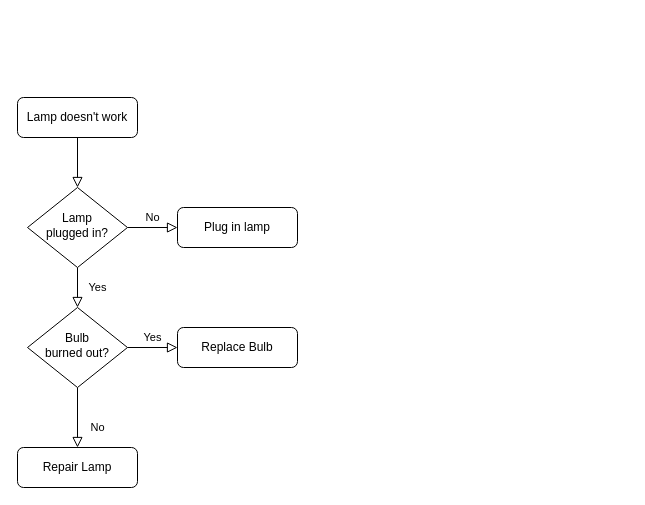
hexianga/graph keeps this draw.io diagram as flowchart/Untitled Diagram.drawio. Above is the earlier version. Source tidied: cells renumbered, new cells numbered last; positions are measured from the earlier drawing's top-left corner, leaving out a move shared by most shapes. Both pictures are drawn from the tidied source at 100%, with x=0, y=0 at pixel (17, 97).
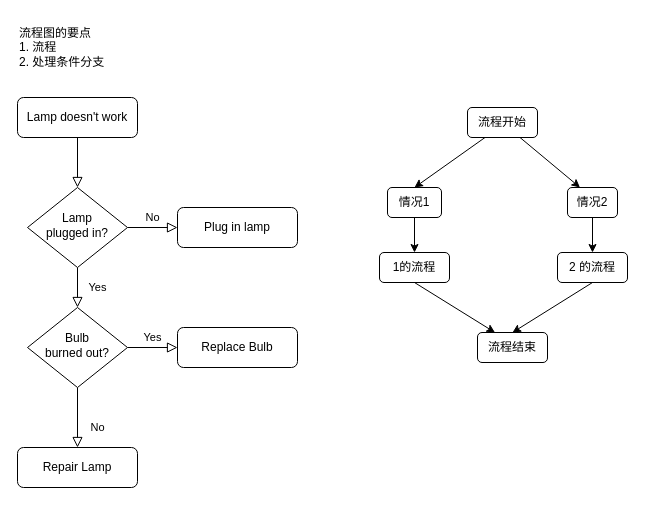
The same diagram, later.

Change to the diagram source:
```diff
@@
+    <mxCell id="13" value="流程图的要点&lt;br&gt;1. 流程&lt;br&gt;&lt;div style=&quot;&quot;&gt;&lt;span style=&quot;background-color: initial;&quot;&gt;2. 处理条件分支&lt;/span&gt;&lt;/div&gt;" style="text;html=1;align=left;verticalAlign=middle;strokeColor=none;fillColor=none;" parent="1" vertex="1">
+      <mxGeometry y="-80" width="110" height="60" as="geometry" />
+    </mxCell>
+    <mxCell id="14" style="rounded=0;jettySize=auto;html=1;exitX=0.25;exitY=1;exitDx=0;exitDy=0;entryX=0.5;entryY=0;entryDx=0;entryDy=0;" parent="1" edge="1" source="16" target="18">
+      <mxGeometry relative="1" as="geometry" />
+    </mxCell>
+    <mxCell id="15" style="rounded=0;jettySize=auto;html=1;exitX=0.75;exitY=1;exitDx=0;exitDy=0;entryX=0.25;entryY=0;entryDx=0;entryDy=0;" parent="1" edge="1" source="16" target="20">
+      <mxGeometry relative="1" as="geometry" />
+    </mxCell>
+    <mxCell id="16" value="流程开始" style="rounded=1;whiteSpace=wrap;html=1;fillStyle=solid;" parent="1" vertex="1">
+      <mxGeometry x="450" y="10" width="70" height="30" as="geometry" />
+    </mxCell>
+    <mxCell id="17" style="edgeStyle=orthogonalEdgeStyle;rounded=0;jettySize=auto;html=1;exitX=0.5;exitY=1;exitDx=0;exitDy=0;entryX=0.5;entryY=0;entryDx=0;entryDy=0;" parent="1" edge="1" source="18" target="23">
+      <mxGeometry relative="1" as="geometry" />
+    </mxCell>
+    <mxCell id="18" value="情况1" style="whiteSpace=wrap;html=1;rounded=1;fillStyle=solid;" parent="1" vertex="1">
+      <mxGeometry x="370" y="90" width="54" height="30" as="geometry" />
+    </mxCell>
+    <mxCell id="19" style="rounded=0;jettySize=auto;html=1;" parent="1" edge="1" source="20" target="25">
+      <mxGeometry relative="1" as="geometry" />
+    </mxCell>
+    <mxCell id="20" value="情况2" style="whiteSpace=wrap;html=1;rounded=1;fillStyle=solid;" parent="1" vertex="1">
+      <mxGeometry x="550" y="90" width="50" height="30" as="geometry" />
+    </mxCell>
+    <mxCell id="21" value="流程结束" style="rounded=1;whiteSpace=wrap;html=1;fillStyle=solid;" parent="1" vertex="1">
+      <mxGeometry x="460" y="235" width="70" height="30" as="geometry" />
+    </mxCell>
+    <mxCell id="22" style="rounded=0;jettySize=auto;html=1;exitX=0.5;exitY=1;exitDx=0;exitDy=0;entryX=0.25;entryY=0;entryDx=0;entryDy=0;" parent="1" edge="1" source="23" target="21">
+      <mxGeometry relative="1" as="geometry" />
+    </mxCell>
+    <mxCell id="23" value="1的流程" style="rounded=1;whiteSpace=wrap;html=1;" parent="1" vertex="1">
+      <mxGeometry x="362" y="155" width="70" height="30" as="geometry" />
+    </mxCell>
+    <mxCell id="24" style="rounded=0;jettySize=auto;html=1;exitX=0.5;exitY=1;exitDx=0;exitDy=0;entryX=0.5;entryY=0;entryDx=0;entryDy=0;" parent="1" edge="1" source="25" target="21">
+      <mxGeometry relative="1" as="geometry" />
+    </mxCell>
+    <mxCell id="25" value="2 的流程" style="rounded=1;whiteSpace=wrap;html=1;" parent="1" vertex="1">
+      <mxGeometry x="540" y="155" width="70" height="30" as="geometry" />
+    </mxCell>
```
